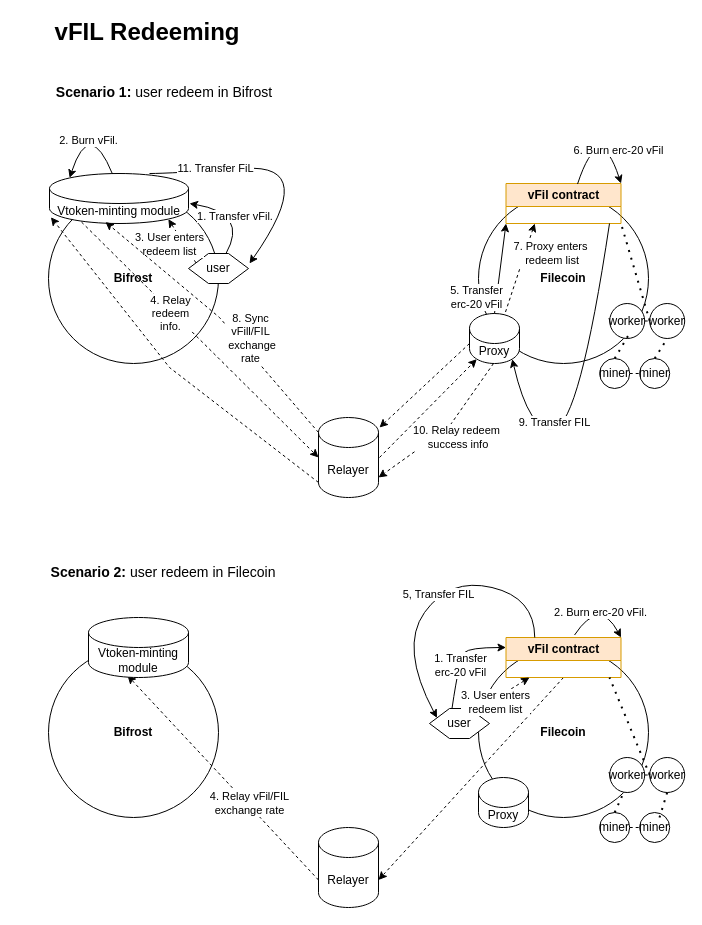
This is vfil-redeeming-fvm.drawio from herryho/flowchars, a draw.io file, before an edit. Source tidied: cells renumbered, new cells numbered last; positions are measured from the earlier drawing's top-left corner, leaving out a move shared by most shapes. Both pictures are drawn from the tidied source at 100%, with x=0, y=0 at pixel (17, 17).
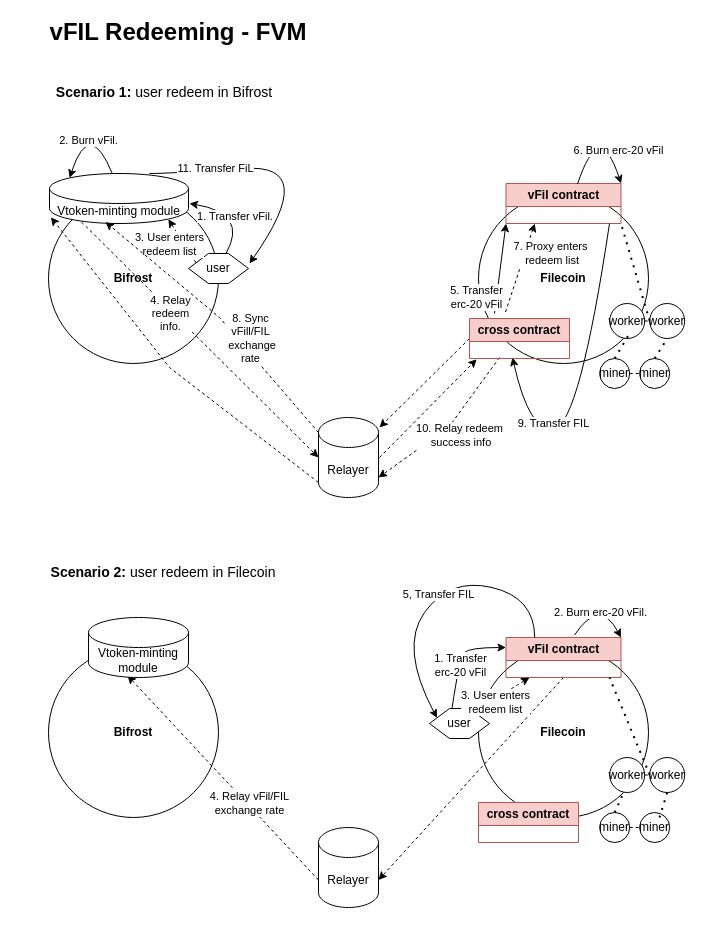
Above is the later version.

Change to the diagram source:
```diff
@@
-    <mxCell id="10" style="endArrow=classic;html=1;rounded=0;dashed=1;entryX=0.145;entryY=1;entryDx=0;entryDy=-4.35;entryPerimeter=0;" parent="1" edge="1" target="44">
+    <mxCell id="10" style="endArrow=classic;html=1;rounded=0;dashed=1;entryX=0.145;entryY=1;entryDx=0;entryDy=-4.35;entryPerimeter=0;" parent="1" edge="1">
       <mxGeometry relative="1" as="geometry">
         <mxPoint x="362" y="440" as="sourcePoint" />
+        <mxPoint x="459.2" y="341.7" as="targetPoint" />
       </mxGeometry>
     </mxCell>
@@
-    <mxCell id="13" value="vFIL Redeeming" style="text;html=1;strokeColor=none;fillColor=none;align=center;verticalAlign=middle;whiteSpace=wrap;rounded=0;fontStyle=1;fontSize=24;" parent="1" vertex="1">
-      <mxGeometry width="260" height="30" as="geometry" />
+    <mxCell id="13" value="vFIL Redeeming - FVM" style="text;html=1;strokeColor=none;fillColor=none;align=center;verticalAlign=middle;whiteSpace=wrap;rounded=0;fontStyle=1;fontSize=24;" parent="1" vertex="1">
+      <mxGeometry x="31" width="260" height="30" as="geometry" />
     </mxCell>
@@
-    <mxCell id="19" value="vFil contract" style="swimlane;whiteSpace=wrap;html=1;fillColor=#ffe6cc;strokeColor=#d79b00;" parent="1" vertex="1">
+    <mxCell id="19" value="vFil contract" style="swimlane;whiteSpace=wrap;html=1;fillColor=#f8cecc;strokeColor=#b85450;" parent="1" vertex="1">
       <mxGeometry x="488.5" y="166" width="115" height="40" as="geometry" />
     </mxCell>
@@
-    <mxCell id="35" value="vFil contract" style="swimlane;whiteSpace=wrap;html=1;fillColor=#ffe6cc;strokeColor=#d79b00;" parent="1" vertex="1">
+    <mxCell id="35" value="vFil contract" style="swimlane;whiteSpace=wrap;html=1;fillColor=#f8cecc;strokeColor=#b85450;" parent="1" vertex="1">
       <mxGeometry x="488.5" y="620" width="115" height="40" as="geometry" />
     </mxCell>
@@
-    <mxCell id="44" value="Proxy" style="shape=cylinder3;whiteSpace=wrap;html=1;boundedLbl=1;backgroundOutline=1;size=15;" parent="1" vertex="1">
-      <mxGeometry x="452" y="296" width="50" height="50" as="geometry" />
-    </mxCell>
-    <mxCell id="45" style="endArrow=classic;html=1;rounded=0;exitX=0.5;exitY=0;exitDx=0;exitDy=0;exitPerimeter=0;entryX=0;entryY=1;entryDx=0;entryDy=0;" parent="1" edge="1" source="44" target="19">
-      <mxGeometry relative="1" as="geometry" />
+    <mxCell id="45" style="endArrow=classic;html=1;rounded=0;exitX=0.5;exitY=0;exitDx=0;exitDy=0;exitPerimeter=0;entryX=0;entryY=1;entryDx=0;entryDy=0;" parent="1" edge="1" target="19">
+      <mxGeometry relative="1" as="geometry">
+        <mxPoint x="477" y="296" as="sourcePoint" />
+      </mxGeometry>
     </mxCell>
@@
-    <mxCell id="50" style="endArrow=classic;html=1;rounded=0;exitX=0.72;exitY=-0.03;exitDx=0;exitDy=0;exitPerimeter=0;entryX=0.25;entryY=1;entryDx=0;entryDy=0;dashed=1;" parent="1" edge="1" source="44" target="19">
-      <mxGeometry relative="1" as="geometry" />
+    <mxCell id="50" style="endArrow=classic;html=1;rounded=0;exitX=0.72;exitY=-0.03;exitDx=0;exitDy=0;exitPerimeter=0;entryX=0.25;entryY=1;entryDx=0;entryDy=0;dashed=1;" parent="1" edge="1" target="19">
+      <mxGeometry relative="1" as="geometry">
+        <mxPoint x="488" y="294.5" as="sourcePoint" />
+      </mxGeometry>
     </mxCell>
@@
-    <mxCell id="52" style="curved=1;endArrow=classic;html=1;rounded=0;entryX=0.855;entryY=1;entryDx=0;entryDy=-4.35;entryPerimeter=0;" parent="1" edge="1" target="44">
+    <mxCell id="52" style="curved=1;endArrow=classic;html=1;rounded=0;" parent="1" edge="1">
       <mxGeometry relative="1" as="geometry">
         <mxPoint x="592" y="206" as="sourcePoint" />
+        <mxPoint x="495" y="340" as="targetPoint" />
         <Array as="points">
           <mxPoint x="562" y="406" />
           <mxPoint x="512" y="416" />
         </Array>
       </mxGeometry>
     </mxCell>
@@
-    <mxCell id="54" style="endArrow=classic;html=1;rounded=0;exitX=0.5;exitY=1;exitDx=0;exitDy=0;exitPerimeter=0;dashed=1;" parent="1" edge="1">
+    <mxCell id="54" style="endArrow=classic;html=1;rounded=0;dashed=1;" parent="1" edge="1">
       <mxGeometry relative="1" as="geometry">
-        <mxPoint x="476" y="346" as="sourcePoint" />
+        <mxPoint x="482" y="340" as="sourcePoint" />
         <mxPoint x="361" y="460" as="targetPoint" />
         <Array as="points">
           <mxPoint x="431" y="410" />
         </Array>
       </mxGeometry>
     </mxCell>
@@
-    <mxCell id="59" style="endArrow=classic;html=1;rounded=0;exitX=0;exitY=0;exitDx=0;exitDy=30;exitPerimeter=0;dashed=1;" parent="1" edge="1" source="44">
+    <mxCell id="59" style="endArrow=classic;html=1;rounded=0;exitX=0;exitY=0.5;exitDx=0;exitDy=0;dashed=1;" parent="1" edge="1" source="72">
       <mxGeometry relative="1" as="geometry">
         <mxPoint x="362" y="410" as="targetPoint" />
       </mxGeometry>
     </mxCell>
@@
-    <mxCell id="64" value="Proxy" style="shape=cylinder3;whiteSpace=wrap;html=1;boundedLbl=1;backgroundOutline=1;size=15;" parent="1" vertex="1">
-      <mxGeometry x="461" y="760" width="50" height="50" as="geometry" />
-    </mxCell>
@@
+    <mxCell id="72" value="cross contract" style="swimlane;whiteSpace=wrap;html=1;fillColor=#f8cecc;strokeColor=#b85450;" parent="1" vertex="1">
+      <mxGeometry x="452" y="301" width="100" height="40" as="geometry" />
+    </mxCell>
+    <mxCell id="73" value="cross contract" style="swimlane;whiteSpace=wrap;html=1;fillColor=#f8cecc;strokeColor=#b85450;" parent="1" vertex="1">
+      <mxGeometry x="461" y="785" width="100" height="40" as="geometry" />
+    </mxCell>
```
